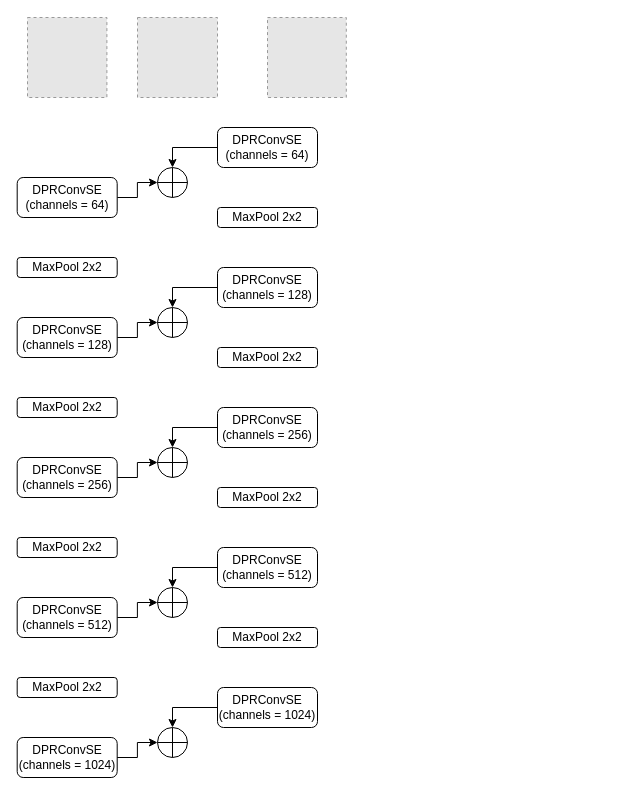
AbduzZami/DrawIO keeps this draw.io diagram as Prompt2SegCXR.drawio. Above is the earlier version. Source tidied: cells renumbered, new cells numbered last; positions are measured from the earlier drawing's top-left corner, leaving out a move shared by most shapes. Both pictures are drawn from the tidied source at 100%, with x=0, y=0 at pixel (17, 17). Pictures stored in the file or linked from it are replaced by grey dashed boxes.
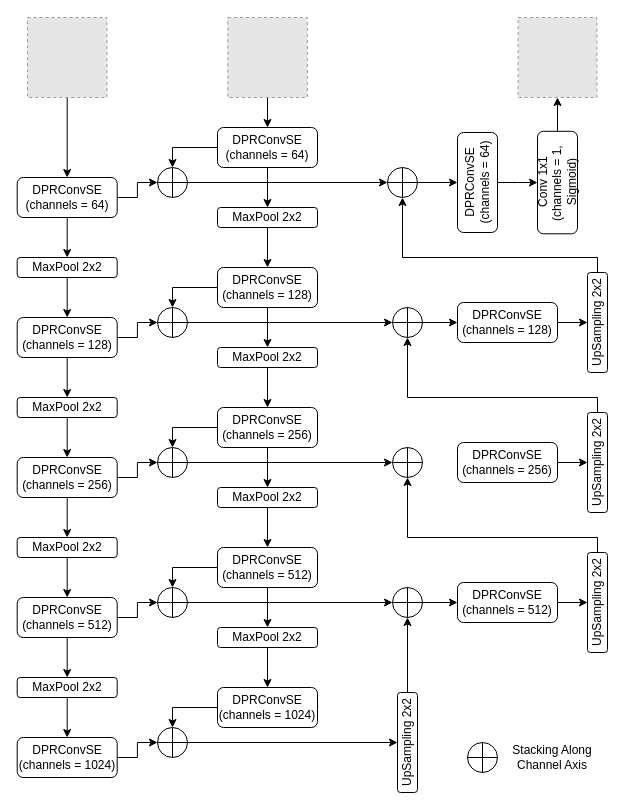
Above is the later version.

The change refers to these unchanged cells:
```xml
<mxCell id="2" style="fillColor=#E6E6E6;strokeColor=#999999;dashed=1;verticalLabelPosition=bottom;labelBackgroundColor=default;verticalAlign=top;" parent="1" vertex="1">
  <mxGeometry x="10" width="79.4" height="80" as="geometry" />
</mxCell>
<mxCell id="6" value="DPRConvSE&lt;div&gt;(channels = 64)&lt;/div&gt;" style="rounded=1;whiteSpace=wrap;html=1;" parent="1" vertex="1">
  <mxGeometry x="-0.3" y="160" width="100" height="40" as="geometry" />
</mxCell>
<mxCell id="8" value="DPRConvSE&lt;div&gt;(channels = 128)&lt;/div&gt;" style="rounded=1;whiteSpace=wrap;html=1;" parent="1" vertex="1">
  <mxGeometry x="-0.3" y="300" width="100" height="40" as="geometry" />
</mxCell>
<mxCell id="10" value="DPRConvSE&lt;div&gt;(channels = 256)&lt;/div&gt;" style="rounded=1;whiteSpace=wrap;html=1;" parent="1" vertex="1">
  <mxGeometry x="-0.3" y="440" width="100" height="40" as="geometry" />
</mxCell>
<mxCell id="12" value="DPRConvSE&lt;div&gt;(channels = 512)&lt;/div&gt;" style="rounded=1;whiteSpace=wrap;html=1;" parent="1" vertex="1">
  <mxGeometry x="-0.3" y="580" width="100" height="40" as="geometry" />
</mxCell>
<mxCell id="13" value="DPRConvSE&lt;div&gt;(channels = 1024)&lt;/div&gt;" style="rounded=1;whiteSpace=wrap;html=1;" parent="1" vertex="1">
  <mxGeometry x="-0.3" y="720" width="100" height="40" as="geometry" />
</mxCell>
<mxCell id="14" value="MaxPool 2x2" style="rounded=1;whiteSpace=wrap;html=1;" parent="1" vertex="1">
  <mxGeometry x="-0.3" y="240" width="100" height="20" as="geometry" />
</mxCell>
<mxCell id="15" value="MaxPool 2x2" style="rounded=1;whiteSpace=wrap;html=1;" parent="1" vertex="1">
  <mxGeometry x="-0.3" y="380" width="100" height="20" as="geometry" />
</mxCell>
<mxCell id="16" value="MaxPool 2x2" style="rounded=1;whiteSpace=wrap;html=1;" parent="1" vertex="1">
  <mxGeometry x="-0.3" y="520" width="100" height="20" as="geometry" />
</mxCell>
<mxCell id="17" value="MaxPool 2x2" style="rounded=1;whiteSpace=wrap;html=1;" parent="1" vertex="1">
  <mxGeometry x="-0.3" y="660" width="100" height="20" as="geometry" />
</mxCell>
<mxCell id="18" value="DPRConvSE&lt;div&gt;(channels = 64)&lt;/div&gt;" style="rounded=1;whiteSpace=wrap;html=1;" parent="1" vertex="1">
  <mxGeometry x="200" y="110" width="100" height="40" as="geometry" />
</mxCell>
<mxCell id="19" value="DPRConvSE&lt;div&gt;(channels = 128)&lt;/div&gt;" style="rounded=1;whiteSpace=wrap;html=1;" parent="1" vertex="1">
  <mxGeometry x="200" y="250" width="100" height="40" as="geometry" />
</mxCell>
<mxCell id="20" value="DPRConvSE&lt;div&gt;(channels = 256)&lt;/div&gt;" style="rounded=1;whiteSpace=wrap;html=1;" parent="1" vertex="1">
  <mxGeometry x="200" y="390" width="100" height="40" as="geometry" />
</mxCell>
<mxCell id="21" value="DPRConvSE&lt;div&gt;(channels = 512)&lt;/div&gt;" style="rounded=1;whiteSpace=wrap;html=1;" parent="1" vertex="1">
  <mxGeometry x="200" y="530" width="100" height="40" as="geometry" />
</mxCell>
<mxCell id="22" value="DPRConvSE&lt;div&gt;(channels = 1024)&lt;/div&gt;" style="rounded=1;whiteSpace=wrap;html=1;" parent="1" vertex="1">
  <mxGeometry x="200" y="670" width="100" height="40" as="geometry" />
</mxCell>
<mxCell id="23" value="MaxPool 2x2" style="rounded=1;whiteSpace=wrap;html=1;" parent="1" vertex="1">
  <mxGeometry x="200" y="190" width="100" height="20" as="geometry" />
</mxCell>
<mxCell id="24" value="MaxPool 2x2" style="rounded=1;whiteSpace=wrap;html=1;" parent="1" vertex="1">
  <mxGeometry x="200" y="330" width="100" height="20" as="geometry" />
</mxCell>
<mxCell id="25" value="MaxPool 2x2" style="rounded=1;whiteSpace=wrap;html=1;" parent="1" vertex="1">
  <mxGeometry x="200" y="470" width="100" height="20" as="geometry" />
</mxCell>
<mxCell id="26" value="MaxPool 2x2" style="rounded=1;whiteSpace=wrap;html=1;" parent="1" vertex="1">
  <mxGeometry x="200" y="610" width="100" height="20" as="geometry" />
</mxCell>
<mxCell id="27" style="verticalLabelPosition=bottom;verticalAlign=top;html=1;shape=mxgraph.flowchart.summing_function;" parent="1" vertex="1">
  <mxGeometry x="140" y="150" width="30" height="30" as="geometry" />
</mxCell>
<mxCell id="29" style="verticalLabelPosition=bottom;verticalAlign=top;html=1;shape=mxgraph.flowchart.summing_function;" parent="1" vertex="1">
  <mxGeometry x="140" y="290" width="30" height="30" as="geometry" />
</mxCell>
<mxCell id="31" style="verticalLabelPosition=bottom;verticalAlign=top;html=1;shape=mxgraph.flowchart.summing_function;" parent="1" vertex="1">
  <mxGeometry x="140" y="430" width="30" height="30" as="geometry" />
</mxCell>
<mxCell id="33" style="verticalLabelPosition=bottom;verticalAlign=top;html=1;shape=mxgraph.flowchart.summing_function;" parent="1" vertex="1">
  <mxGeometry x="140" y="570" width="30" height="30" as="geometry" />
</mxCell>
<mxCell id="35" style="verticalLabelPosition=bottom;verticalAlign=top;html=1;shape=mxgraph.flowchart.summing_function;" parent="1" vertex="1">
  <mxGeometry x="140" y="710" width="30" height="30" as="geometry" />
</mxCell>
```

The edit, as a diff of the source:
```diff
@@
+    <mxCell id="38" style="edgeStyle=orthogonalEdgeStyle;rounded=0;jettySize=auto;html=1;" parent="1" edge="1" source="2" target="6">
+      <mxGeometry relative="1" as="geometry" />
+    </mxCell>
@@
-    <mxCell id="3" style="fillColor=#E6E6E6;strokeColor=#999999;dashed=1;verticalLabelPosition=bottom;labelBackgroundColor=default;verticalAlign=top;" parent="1" vertex="1">
-      <mxGeometry x="120" width="80" height="80" as="geometry" />
-    </mxCell>
+    <mxCell id="39" style="edgeStyle=orthogonalEdgeStyle;rounded=0;jettySize=auto;html=1;entryX=0.5;entryY=0;entryDx=0;entryDy=0;" parent="1" edge="1" target="18">
+      <mxGeometry relative="1" as="geometry">
+        <mxPoint x="250" y="80" as="sourcePoint" />
+      </mxGeometry>
+    </mxCell>
     <mxCell id="4" style="fillColor=#E6E6E6;strokeColor=#999999;dashed=1;verticalLabelPosition=bottom;labelBackgroundColor=default;verticalAlign=top;" parent="1" vertex="1">
-      <mxGeometry x="250" width="78.8" height="80" as="geometry" />
+      <mxGeometry x="500.6" width="78.8" height="80" as="geometry" />
     </mxCell>
@@
+    <mxCell id="40" style="edgeStyle=orthogonalEdgeStyle;rounded=0;jettySize=auto;html=1;entryX=0.5;entryY=0;entryDx=0;entryDy=0;" parent="1" edge="1" source="6" target="14">
+      <mxGeometry relative="1" as="geometry" />
+    </mxCell>
@@
+    <mxCell id="41" style="edgeStyle=orthogonalEdgeStyle;rounded=0;jettySize=auto;html=1;" parent="1" edge="1" source="8" target="15">
+      <mxGeometry relative="1" as="geometry" />
+    </mxCell>
@@
+    <mxCell id="42" style="edgeStyle=orthogonalEdgeStyle;rounded=0;jettySize=auto;html=1;entryX=0.5;entryY=0;entryDx=0;entryDy=0;" parent="1" edge="1" source="10" target="16">
+      <mxGeometry relative="1" as="geometry" />
+    </mxCell>
@@
+    <mxCell id="43" style="edgeStyle=orthogonalEdgeStyle;rounded=0;jettySize=auto;html=1;entryX=0.5;entryY=0;entryDx=0;entryDy=0;" parent="1" edge="1" source="12" target="17">
+      <mxGeometry relative="1" as="geometry" />
+    </mxCell>
@@
+    <mxCell id="44" style="edgeStyle=orthogonalEdgeStyle;rounded=0;jettySize=auto;html=1;entryX=0.5;entryY=0;entryDx=0;entryDy=0;" parent="1" edge="1" source="14" target="8">
+      <mxGeometry relative="1" as="geometry" />
+    </mxCell>
@@
+    <mxCell id="45" style="edgeStyle=orthogonalEdgeStyle;rounded=0;jettySize=auto;html=1;entryX=0.5;entryY=0;entryDx=0;entryDy=0;" parent="1" edge="1" source="15" target="10">
+      <mxGeometry relative="1" as="geometry" />
+    </mxCell>
@@
+    <mxCell id="46" style="edgeStyle=orthogonalEdgeStyle;rounded=0;jettySize=auto;html=1;entryX=0.5;entryY=0;entryDx=0;entryDy=0;" parent="1" edge="1" source="16" target="12">
+      <mxGeometry relative="1" as="geometry" />
+    </mxCell>
@@
+    <mxCell id="47" style="edgeStyle=orthogonalEdgeStyle;rounded=0;jettySize=auto;html=1;" parent="1" edge="1" source="17" target="13">
+      <mxGeometry relative="1" as="geometry" />
+    </mxCell>
@@
+    <mxCell id="48" style="edgeStyle=orthogonalEdgeStyle;rounded=0;jettySize=auto;html=1;entryX=0.5;entryY=0;entryDx=0;entryDy=0;" parent="1" edge="1" source="18" target="23">
+      <mxGeometry relative="1" as="geometry" />
+    </mxCell>
@@
+    <mxCell id="49" style="edgeStyle=orthogonalEdgeStyle;rounded=0;jettySize=auto;html=1;entryX=0.5;entryY=0;entryDx=0;entryDy=0;" parent="1" edge="1" source="19" target="24">
+      <mxGeometry relative="1" as="geometry" />
+    </mxCell>
@@
+    <mxCell id="50" style="edgeStyle=orthogonalEdgeStyle;rounded=0;jettySize=auto;html=1;entryX=0.5;entryY=0;entryDx=0;entryDy=0;" parent="1" edge="1" source="20" target="25">
+      <mxGeometry relative="1" as="geometry" />
+    </mxCell>
@@
+    <mxCell id="51" style="edgeStyle=orthogonalEdgeStyle;rounded=0;jettySize=auto;html=1;entryX=0.5;entryY=0;entryDx=0;entryDy=0;" parent="1" edge="1" source="21" target="26">
+      <mxGeometry relative="1" as="geometry" />
+    </mxCell>
@@
+    <mxCell id="52" style="edgeStyle=orthogonalEdgeStyle;rounded=0;jettySize=auto;html=1;entryX=0.5;entryY=0;entryDx=0;entryDy=0;" parent="1" edge="1" source="23" target="19">
+      <mxGeometry relative="1" as="geometry" />
+    </mxCell>
@@
+    <mxCell id="53" style="edgeStyle=orthogonalEdgeStyle;rounded=0;jettySize=auto;html=1;" parent="1" edge="1" source="24" target="20">
+      <mxGeometry relative="1" as="geometry" />
+    </mxCell>
@@
+    <mxCell id="54" style="edgeStyle=orthogonalEdgeStyle;rounded=0;jettySize=auto;html=1;entryX=0.5;entryY=0;entryDx=0;entryDy=0;" parent="1" edge="1" source="25" target="21">
+      <mxGeometry relative="1" as="geometry" />
+    </mxCell>
@@
+    <mxCell id="55" style="edgeStyle=orthogonalEdgeStyle;rounded=0;jettySize=auto;html=1;entryX=0.5;entryY=0;entryDx=0;entryDy=0;" parent="1" edge="1" source="26" target="22">
+      <mxGeometry relative="1" as="geometry" />
+    </mxCell>
@@
+    <mxCell id="56" style="edgeStyle=orthogonalEdgeStyle;rounded=0;jettySize=auto;html=1;entryX=0;entryY=0.5;entryDx=0;entryDy=0;" parent="1" edge="1" source="35" target="57">
+      <mxGeometry relative="1" as="geometry" />
+    </mxCell>
@@
+    <mxCell id="57" value="UpSampling 2x2" style="rounded=1;whiteSpace=wrap;html=1;horizontal=0;" parent="1" vertex="1">
+      <mxGeometry x="380" y="675" width="20" height="100" as="geometry" />
+    </mxCell>
+    <mxCell id="58" style="edgeStyle=orthogonalEdgeStyle;rounded=0;jettySize=auto;html=1;" parent="1" edge="1" source="59" target="64">
+      <mxGeometry relative="1" as="geometry" />
+    </mxCell>
+    <mxCell id="59" value="DPRConvSE&lt;div&gt;(channels = 512)&lt;/div&gt;" style="rounded=1;whiteSpace=wrap;html=1;" parent="1" vertex="1">
+      <mxGeometry x="440" y="565" width="100" height="40" as="geometry" />
+    </mxCell>
+    <mxCell id="60" style="edgeStyle=orthogonalEdgeStyle;rounded=0;jettySize=auto;html=1;" parent="1" edge="1" source="61" target="59">
+      <mxGeometry relative="1" as="geometry" />
+    </mxCell>
+    <mxCell id="61" style="verticalLabelPosition=bottom;verticalAlign=top;html=1;shape=mxgraph.flowchart.summing_function;" parent="1" vertex="1">
+      <mxGeometry x="375" y="570" width="30" height="30" as="geometry" />
+    </mxCell>
+    <mxCell id="62" style="edgeStyle=orthogonalEdgeStyle;rounded=0;jettySize=auto;html=1;entryX=0;entryY=0.5;entryDx=0;entryDy=0;entryPerimeter=0;" parent="1" edge="1" source="33" target="61">
+      <mxGeometry relative="1" as="geometry" />
+    </mxCell>
+    <mxCell id="63" style="edgeStyle=orthogonalEdgeStyle;rounded=0;jettySize=auto;html=1;entryX=0.5;entryY=1;entryDx=0;entryDy=0;entryPerimeter=0;" parent="1" edge="1" source="57" target="61">
+      <mxGeometry relative="1" as="geometry" />
+    </mxCell>
+    <mxCell id="64" value="UpSampling 2x2" style="rounded=1;whiteSpace=wrap;html=1;horizontal=0;" parent="1" vertex="1">
+      <mxGeometry x="570" y="535" width="20" height="100" as="geometry" />
+    </mxCell>
+    <mxCell id="65" style="verticalLabelPosition=bottom;verticalAlign=top;html=1;shape=mxgraph.flowchart.summing_function;" parent="1" vertex="1">
+      <mxGeometry x="375" y="430" width="30" height="30" as="geometry" />
+    </mxCell>
+    <mxCell id="66" style="edgeStyle=orthogonalEdgeStyle;rounded=0;jettySize=auto;html=1;entryX=0;entryY=0.5;entryDx=0;entryDy=0;entryPerimeter=0;" parent="1" edge="1" source="31" target="65">
+      <mxGeometry relative="1" as="geometry" />
+    </mxCell>
+    <mxCell id="67" style="edgeStyle=orthogonalEdgeStyle;rounded=0;jettySize=auto;html=1;entryX=0.5;entryY=1;entryDx=0;entryDy=0;entryPerimeter=0;" parent="1" edge="1" source="64" target="65">
+      <mxGeometry relative="1" as="geometry">
+        <Array as="points">
+          <mxPoint x="580" y="520" />
+          <mxPoint x="390" y="520" />
+        </Array>
+      </mxGeometry>
+    </mxCell>
+    <mxCell id="68" style="edgeStyle=orthogonalEdgeStyle;rounded=0;jettySize=auto;html=1;" parent="1" edge="1" source="69" target="70">
+      <mxGeometry relative="1" as="geometry" />
+    </mxCell>
+    <mxCell id="69" value="DPRConvSE&lt;div&gt;(channels = 256)&lt;/div&gt;" style="rounded=1;whiteSpace=wrap;html=1;" parent="1" vertex="1">
+      <mxGeometry x="440" y="425" width="100" height="40" as="geometry" />
+    </mxCell>
+    <mxCell id="70" value="UpSampling 2x2" style="rounded=1;whiteSpace=wrap;html=1;horizontal=0;" parent="1" vertex="1">
+      <mxGeometry x="570" y="395" width="20" height="100" as="geometry" />
+    </mxCell>
+    <mxCell id="71" style="edgeStyle=orthogonalEdgeStyle;rounded=0;jettySize=auto;html=1;" parent="1" edge="1" source="72" target="76">
+      <mxGeometry relative="1" as="geometry" />
+    </mxCell>
+    <mxCell id="72" style="verticalLabelPosition=bottom;verticalAlign=top;html=1;shape=mxgraph.flowchart.summing_function;" parent="1" vertex="1">
+      <mxGeometry x="375" y="290" width="30" height="30" as="geometry" />
+    </mxCell>
+    <mxCell id="73" style="edgeStyle=orthogonalEdgeStyle;rounded=0;jettySize=auto;html=1;entryX=0;entryY=0.5;entryDx=0;entryDy=0;entryPerimeter=0;" parent="1" edge="1" source="29" target="72">
+      <mxGeometry relative="1" as="geometry" />
+    </mxCell>
+    <mxCell id="74" style="edgeStyle=orthogonalEdgeStyle;rounded=0;jettySize=auto;html=1;entryX=0.5;entryY=1;entryDx=0;entryDy=0;entryPerimeter=0;" parent="1" edge="1" source="70" target="72">
+      <mxGeometry relative="1" as="geometry">
+        <Array as="points">
+          <mxPoint x="580" y="380" />
+          <mxPoint x="390" y="380" />
+        </Array>
+      </mxGeometry>
+    </mxCell>
+    <mxCell id="75" style="edgeStyle=orthogonalEdgeStyle;rounded=0;jettySize=auto;html=1;" parent="1" edge="1" source="76" target="77">
+      <mxGeometry relative="1" as="geometry" />
+    </mxCell>
+    <mxCell id="76" value="DPRConvSE&lt;div&gt;(channels = 128)&lt;/div&gt;" style="rounded=1;whiteSpace=wrap;html=1;" parent="1" vertex="1">
+      <mxGeometry x="440" y="285" width="100" height="40" as="geometry" />
+    </mxCell>
+    <mxCell id="77" value="UpSampling 2x2" style="rounded=1;whiteSpace=wrap;html=1;horizontal=0;" parent="1" vertex="1">
+      <mxGeometry x="570" y="255" width="20" height="100" as="geometry" />
+    </mxCell>
+    <mxCell id="78" style="edgeStyle=orthogonalEdgeStyle;rounded=0;jettySize=auto;html=1;entryX=0;entryY=0.5;entryDx=0;entryDy=0;" parent="1" edge="1" source="79" target="83">
+      <mxGeometry relative="1" as="geometry" />
+    </mxCell>
+    <mxCell id="79" style="verticalLabelPosition=bottom;verticalAlign=top;html=1;shape=mxgraph.flowchart.summing_function;" parent="1" vertex="1">
+      <mxGeometry x="370" y="150" width="30" height="30" as="geometry" />
+    </mxCell>
+    <mxCell id="80" style="edgeStyle=orthogonalEdgeStyle;rounded=0;jettySize=auto;html=1;entryX=0;entryY=0.5;entryDx=0;entryDy=0;entryPerimeter=0;" parent="1" edge="1" source="27" target="79">
+      <mxGeometry relative="1" as="geometry" />
+    </mxCell>
+    <mxCell id="81" style="edgeStyle=orthogonalEdgeStyle;rounded=0;jettySize=auto;html=1;entryX=0.5;entryY=1;entryDx=0;entryDy=0;entryPerimeter=0;" parent="1" edge="1" source="77" target="79">
+      <mxGeometry relative="1" as="geometry">
+        <Array as="points">
+          <mxPoint x="580" y="240" />
+          <mxPoint x="385" y="240" />
+        </Array>
+      </mxGeometry>
+    </mxCell>
+    <mxCell id="82" style="edgeStyle=orthogonalEdgeStyle;rounded=0;jettySize=auto;html=1;" parent="1" edge="1" source="83" target="85">
+      <mxGeometry relative="1" as="geometry" />
+    </mxCell>
+    <mxCell id="83" value="DPRConvSE&lt;div&gt;(channels = 64)&lt;/div&gt;" style="rounded=1;whiteSpace=wrap;html=1;horizontal=0;" parent="1" vertex="1">
+      <mxGeometry x="440" y="115" width="40" height="100" as="geometry" />
+    </mxCell>
+    <mxCell id="84" style="edgeStyle=orthogonalEdgeStyle;rounded=0;jettySize=auto;html=1;" parent="1" edge="1" source="85" target="4">
+      <mxGeometry relative="1" as="geometry" />
+    </mxCell>
+    <mxCell id="85" value="Conv 1x1&lt;div&gt;(channels = 1,&amp;nbsp; Sigmoid)&lt;/div&gt;" style="rounded=1;whiteSpace=wrap;html=1;horizontal=0;" parent="1" vertex="1">
+      <mxGeometry x="520" y="113.8" width="40" height="102.5" as="geometry" />
+    </mxCell>
+    <mxCell id="86" style="verticalLabelPosition=bottom;verticalAlign=top;html=1;shape=mxgraph.flowchart.summing_function;" parent="1" vertex="1">
+      <mxGeometry x="450" y="725" width="30" height="30" as="geometry" />
+    </mxCell>
+    <mxCell id="87" value="Stacking Along Channel Axis" style="text;html=1;whiteSpace=wrap;strokeColor=none;fillColor=none;align=center;verticalAlign=middle;rounded=0;" parent="1" vertex="1">
+      <mxGeometry x="480" y="725" width="110" height="30" as="geometry" />
+    </mxCell>
+    <mxCell id="88" style="fillColor=#E6E6E6;strokeColor=#999999;dashed=1;verticalLabelPosition=bottom;labelBackgroundColor=default;verticalAlign=top;" parent="1" vertex="1">
+      <mxGeometry x="210.3" width="79.5" height="80" as="geometry" />
+    </mxCell>
```
